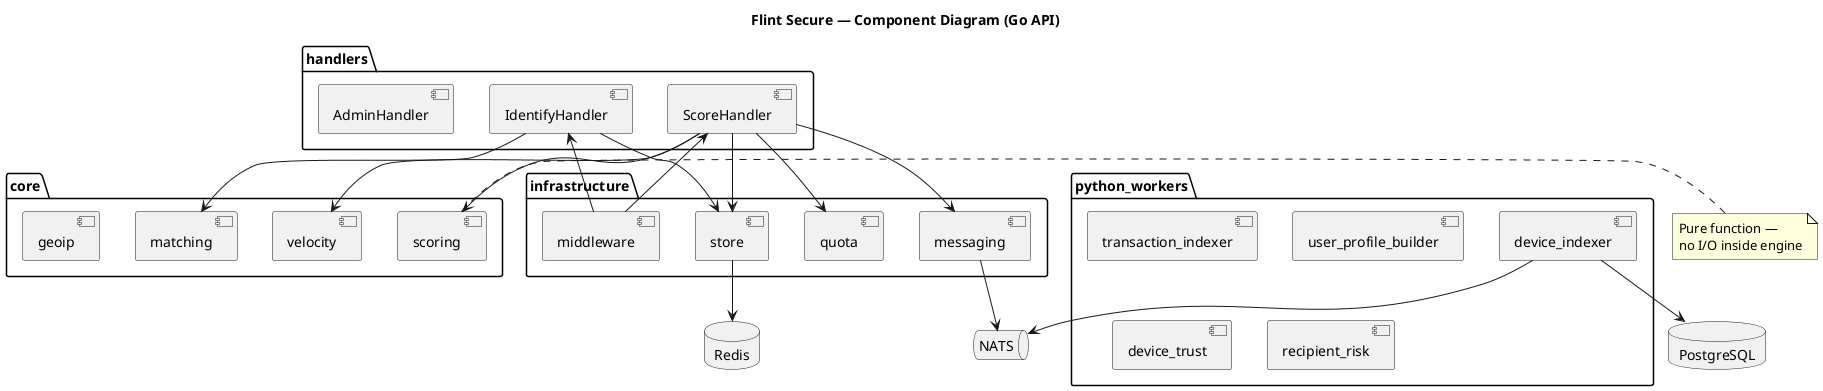
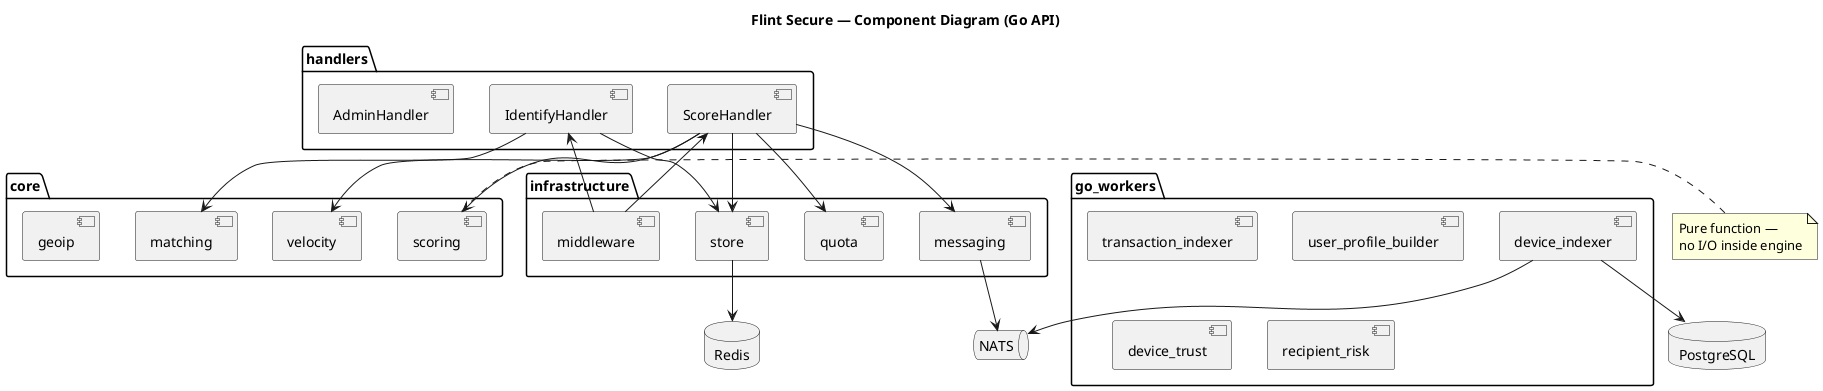
@startuml 03-component
title Flint Secure — Component Diagram (Go API)

package "handlers" {
  [IdentifyHandler]
  [ScoreHandler]
  [AdminHandler]
}

package "core" {
  [matching]
  [scoring]
  [velocity]
  [geoip]
}

package "infrastructure" {
  [store]
  [middleware]
  [messaging]
  [quota]
}

database "Redis" as Redis
database "PostgreSQL" as PG
queue "NATS" as NATS

[IdentifyHandler] --> [matching]
[IdentifyHandler] --> [store]
[ScoreHandler] --> [scoring]
[ScoreHandler] --> [velocity]
[ScoreHandler] --> [store]
[ScoreHandler] --> [quota]
[ScoreHandler] --> [messaging]
[middleware] --> [IdentifyHandler]
[middleware] --> [ScoreHandler]
[store] --> Redis
[messaging] --> NATS
note right of [scoring]
  Pure function —
  no I/O inside engine
end note

- package "python_workers" {
+ package "go_workers" {
  [device_indexer]
  [transaction_indexer]
  [user_profile_builder]
  [device_trust]
  [recipient_risk]
}

[device_indexer] --> NATS
[device_indexer] --> PG

@enduml
